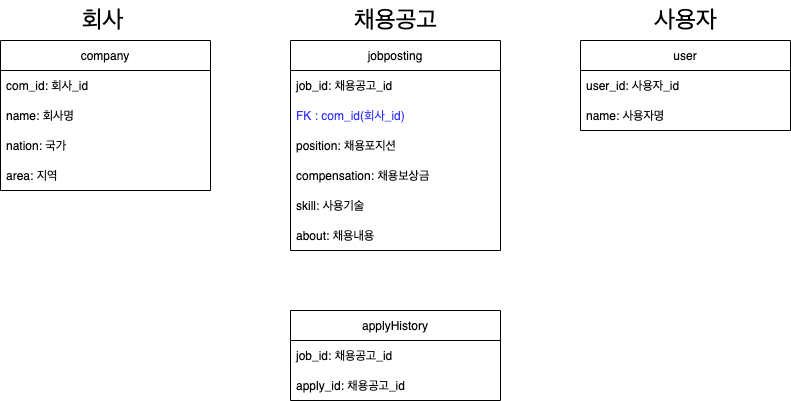
The draw.io diagram READMEImages/DB.png in KCH6937/wanted_pre_onboarding, before a commit. Source tidied: cells renumbered, new cells last; positions are measured from the earlier drawing's top-left corner, leaving out a move shared by most shapes.
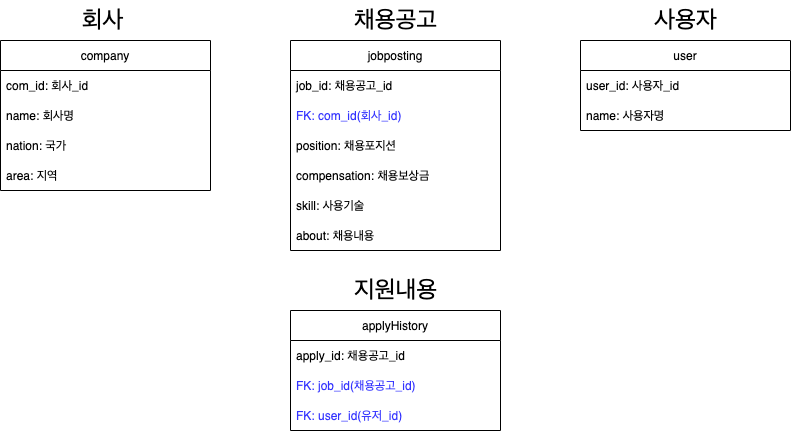
The same diagram one commit later.

Commit message:
doc: DB이미지 변경

The edit, as a diff of the source:
```diff
@@ -2,15 +2,6 @@
   <root>
     <mxCell id="0" />
     <mxCell id="1" parent="0" />
-    <mxCell id="2" value="applyHistory" style="swimlane;fontStyle=0;horizontal=1;startSize=30;" parent="1" vertex="1">
-      <mxGeometry x="290" y="310" width="210" height="90" as="geometry" />
-    </mxCell>
-    <mxCell id="3" value="job_id: 채용공고_id" style="text;strokeColor=none;fillColor=none;align=left;verticalAlign=middle;spacingLeft=4;spacingRight=4;overflow=hidden;" parent="2" vertex="1">
-      <mxGeometry y="30" width="210" height="30" as="geometry" />
-    </mxCell>
-    <mxCell id="4" value="apply_id: 채용공고_id" style="text;strokeColor=none;fillColor=none;align=left;verticalAlign=middle;spacingLeft=4;spacingRight=4;overflow=hidden;" parent="2" vertex="1">
-      <mxGeometry y="60" width="210" height="30" as="geometry" />
-    </mxCell>
     <mxCell id="5" style="group;" parent="1" vertex="1">
       <mxGeometry x="290" width="210" height="220" as="geometry" />
     </mxCell>
@@ -20,7 +11,7 @@
     <mxCell id="7" value="job_id: 채용공고_id" style="text;strokeColor=none;fillColor=none;align=left;verticalAlign=middle;spacingLeft=4;spacingRight=4;overflow=hidden;" parent="6" vertex="1">
       <mxGeometry y="30" width="210" height="30" as="geometry" />
     </mxCell>
-    <mxCell id="8" value="FK : com_id(회사_id)" style="text;strokeColor=none;fillColor=none;align=left;verticalAlign=middle;spacingLeft=4;spacingRight=4;overflow=hidden;fontColor=#3333FF;" parent="6" vertex="1">
+    <mxCell id="8" value="FK: com_id(회사_id)" style="text;strokeColor=none;fillColor=none;align=left;verticalAlign=middle;spacingLeft=4;spacingRight=4;overflow=hidden;fontColor=#3333FF;" parent="6" vertex="1">
       <mxGeometry y="60" width="210" height="30" as="geometry" />
     </mxCell>
     <mxCell id="9" value="position: 채용포지션" style="text;strokeColor=none;fillColor=none;align=left;verticalAlign=middle;spacingLeft=4;spacingRight=4;overflow=hidden;" parent="6" vertex="1">
@@ -74,5 +65,23 @@
     <mxCell id="25" value="&lt;font style=&quot;font-size: 24px;&quot;&gt;사용자&lt;/font&gt;" style="text;html=1;strokeColor=none;fillColor=none;align=center;verticalAlign=middle;whiteSpace=wrap;rounded=0;" parent="21" vertex="1">
       <mxGeometry x="42.5" width="125" height="40" as="geometry" />
     </mxCell>
+    <mxCell id="26" style="group;" parent="1" vertex="1">
+      <mxGeometry x="290" y="270" width="210" height="130" as="geometry" />
+    </mxCell>
+    <mxCell id="2" value="applyHistory" style="swimlane;fontStyle=0;horizontal=1;startSize=30;" parent="26" vertex="1">
+      <mxGeometry y="40" width="210" height="120" as="geometry" />
+    </mxCell>
+    <mxCell id="4" value="apply_id: 채용공고_id" style="text;strokeColor=none;fillColor=none;align=left;verticalAlign=middle;spacingLeft=4;spacingRight=4;overflow=hidden;" parent="2" vertex="1">
+      <mxGeometry y="30" width="210" height="30" as="geometry" />
+    </mxCell>
+    <mxCell id="3" value="FK: job_id(채용공고_id)" style="text;strokeColor=none;fillColor=none;align=left;verticalAlign=middle;spacingLeft=4;spacingRight=4;overflow=hidden;fontColor=#3333FF;" parent="2" vertex="1">
+      <mxGeometry y="60" width="210" height="30" as="geometry" />
+    </mxCell>
+    <mxCell id="27" value="FK: user_id(유저_id)" style="text;strokeColor=none;fillColor=none;align=left;verticalAlign=middle;spacingLeft=4;spacingRight=4;overflow=hidden;fontColor=#3333FF;" parent="2" vertex="1">
+      <mxGeometry y="90" width="210" height="30" as="geometry" />
+    </mxCell>
+    <mxCell id="28" value="&lt;span style=&quot;font-size: 24px;&quot;&gt;지원내용&lt;/span&gt;" style="text;html=1;strokeColor=none;fillColor=none;align=center;verticalAlign=middle;whiteSpace=wrap;rounded=0;" parent="26" vertex="1">
+      <mxGeometry x="42.5" width="125" height="40" as="geometry" />
+    </mxCell>
   </root>
 </mxGraphModel>
```
